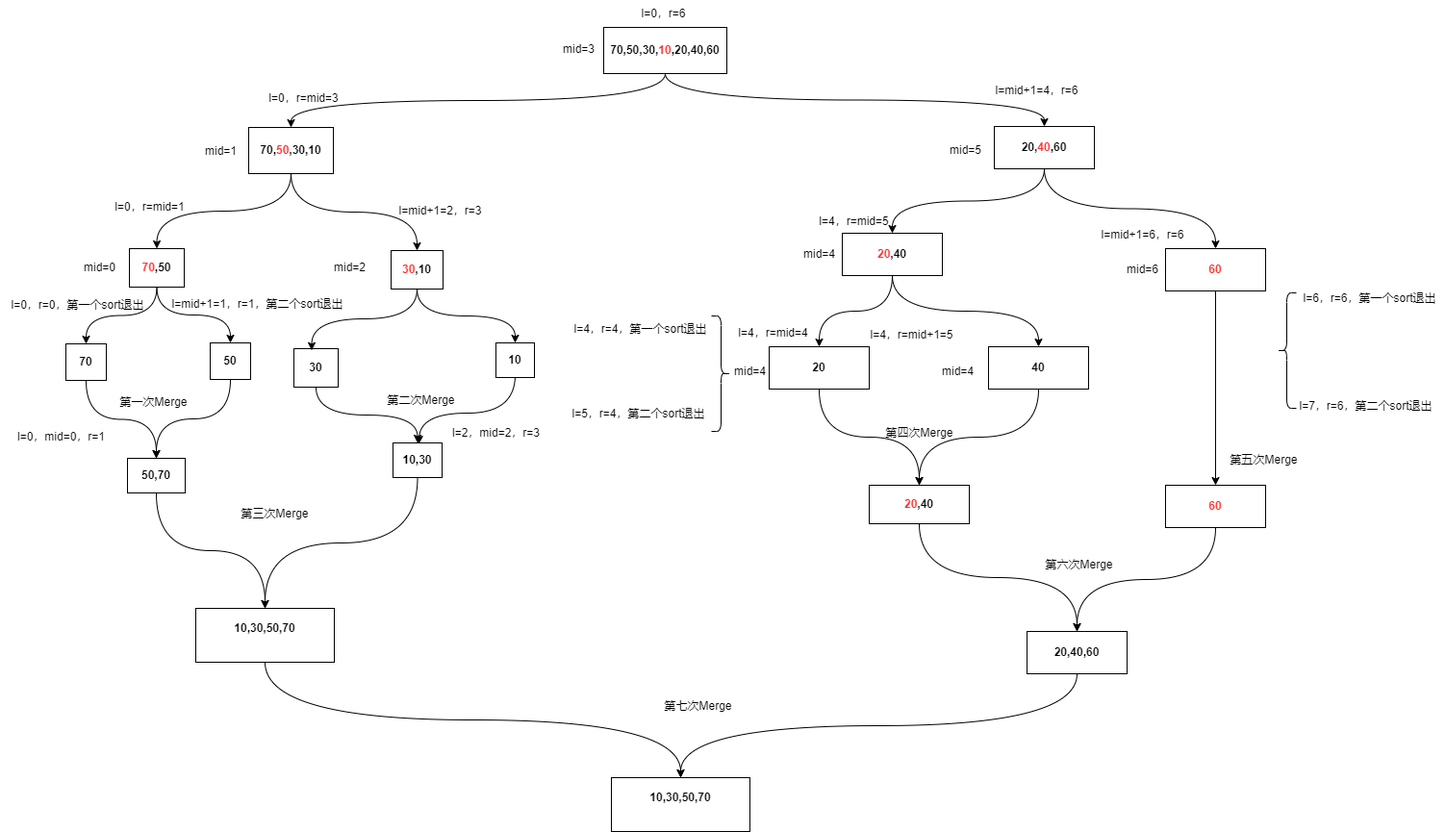
The draw.io diagram AlgorithmsAndDataStructures/归并算法.drawio.png in wjb0823/drawio, before a commit. Source tidied: cells renumbered, new cells last; positions are measured from the earlier drawing's top-left corner, leaving out a move shared by most shapes.
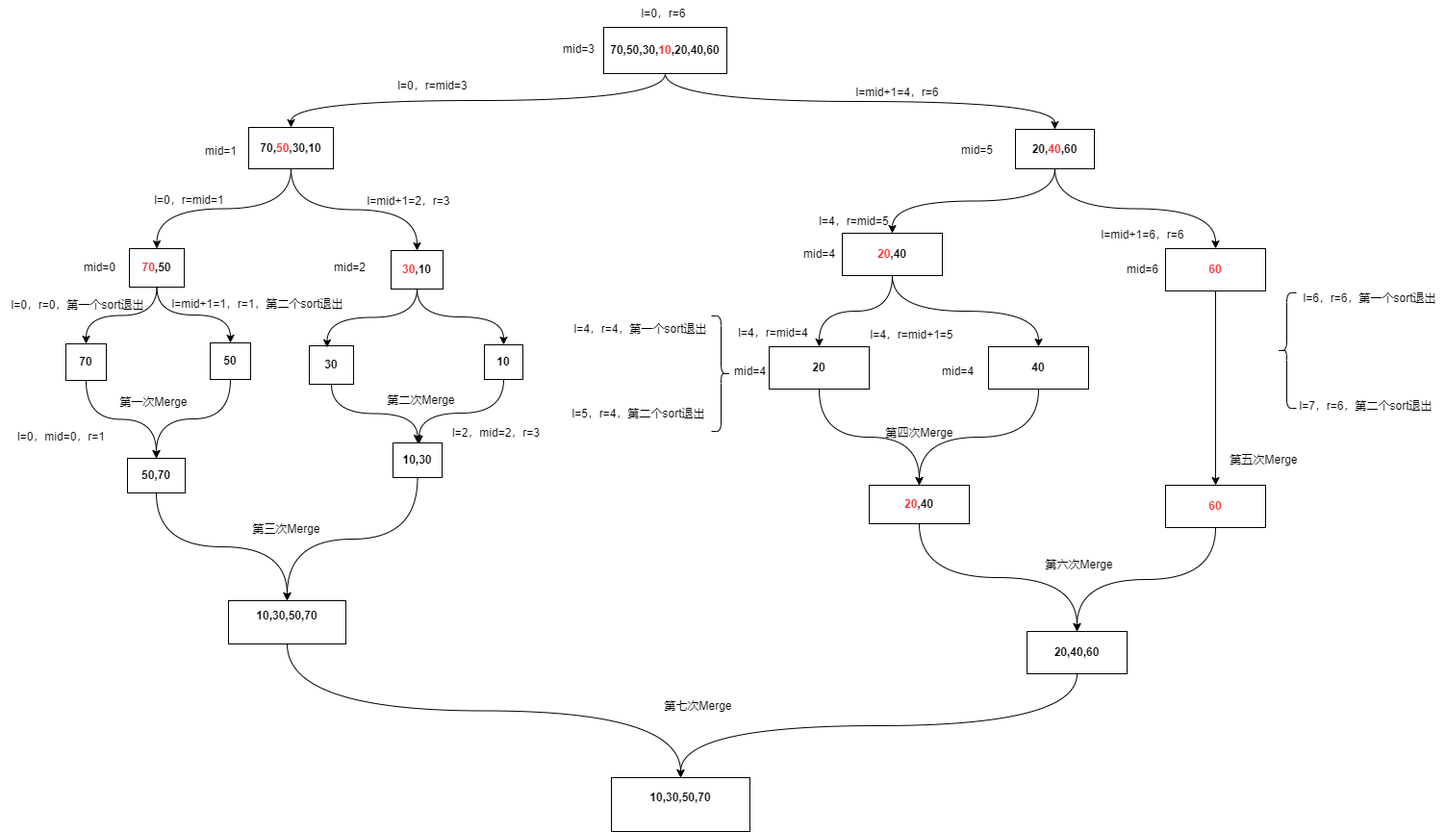
The same file after the commit.

Commit message:
更新归并算法.drawio.png

Change to the diagram source:
```diff
@@ -15,7 +15,7 @@
       <mxGeometry relative="1" as="geometry" />
     </mxCell>
     <mxCell id="6" value="&lt;b&gt;20,&lt;font color=&quot;#ff3333&quot;&gt;40&lt;/font&gt;,60&lt;/b&gt;" style="rounded=0;whiteSpace=wrap;html=1;" parent="1" vertex="1">
-      <mxGeometry x="1033" y="131" width="104" height="44" as="geometry" />
+      <mxGeometry x="1055" y="134" width="82" height="41" as="geometry" />
     </mxCell>
     <mxCell id="7" style="edgeStyle=orthogonalEdgeStyle;rounded=0;jettySize=auto;html=1;entryX=0.5;entryY=0;entryDx=0;entryDy=0;curved=1;exitX=0.5;exitY=1;exitDx=0;exitDy=0;" parent="1" edge="1" source="9" target="12">
       <mxGeometry relative="1" as="geometry" />
@@ -24,7 +24,7 @@
       <mxGeometry relative="1" as="geometry" />
     </mxCell>
     <mxCell id="9" value="&lt;b&gt;70,&lt;font color=&quot;#ff3333&quot;&gt;50&lt;/font&gt;,30,10&lt;/b&gt;" style="rounded=0;whiteSpace=wrap;html=1;" parent="1" vertex="1">
-      <mxGeometry x="258" y="132" width="88" height="48" as="geometry" />
+      <mxGeometry x="258" y="132" width="88" height="43" as="geometry" />
     </mxCell>
     <mxCell id="10" style="edgeStyle=orthogonalEdgeStyle;rounded=0;jettySize=auto;html=1;exitX=0.5;exitY=1;exitDx=0;exitDy=0;curved=1;entryX=0.5;entryY=0;entryDx=0;entryDy=0;" parent="1" edge="1" source="12" target="21">
       <mxGeometry relative="1" as="geometry" />
@@ -42,13 +42,13 @@
       <mxGeometry x="573" y="37" width="56" height="28" as="geometry" />
     </mxCell>
     <mxCell id="15" value="l=0，r=mid=3" style="text;html=1;align=center;verticalAlign=middle;strokeColor=none;fillColor=none;" parent="1" vertex="1">
-      <mxGeometry x="267" y="88" width="96" height="28" as="geometry" />
+      <mxGeometry x="401" y="75" width="96" height="28" as="geometry" />
     </mxCell>
     <mxCell id="16" value="mid=1" style="text;html=1;align=center;verticalAlign=middle;strokeColor=none;fillColor=none;" parent="1" vertex="1">
       <mxGeometry x="201" y="143" width="56" height="28" as="geometry" />
     </mxCell>
     <mxCell id="17" value="l=0，r=mid=1" style="text;html=1;align=center;verticalAlign=middle;strokeColor=none;fillColor=none;" parent="1" vertex="1">
-      <mxGeometry x="107" y="201" width="96" height="28" as="geometry" />
+      <mxGeometry x="148" y="194" width="96" height="28" as="geometry" />
     </mxCell>
     <mxCell id="18" value="l=6，r=6，第一个sort退出" style="text;html=1;align=center;verticalAlign=middle;strokeColor=none;fillColor=none;" parent="1" vertex="1">
       <mxGeometry x="1343" y="296" width="160" height="28" as="geometry" />
@@ -78,7 +78,7 @@
       <mxGeometry x="113" y="404" width="92" height="28" as="geometry" />
     </mxCell>
     <mxCell id="27" value="l=mid+1=2，r=3" style="text;html=1;align=center;verticalAlign=middle;strokeColor=none;fillColor=none;" parent="1" vertex="1">
-      <mxGeometry x="404" y="205" width="105" height="27" as="geometry" />
+      <mxGeometry x="371" y="195" width="105" height="27" as="geometry" />
     </mxCell>
     <mxCell id="28" style="edgeStyle=orthogonalEdgeStyle;rounded=0;jettySize=auto;html=1;exitX=0.5;exitY=1;exitDx=0;exitDy=0;entryX=0.5;entryY=0;entryDx=0;entryDy=0;curved=1;" parent="1" edge="1" source="29" target="33">
       <mxGeometry relative="1" as="geometry" />
@@ -90,20 +90,19 @@
       <mxGeometry relative="1" as="geometry" />
     </mxCell>
     <mxCell id="31" value="&lt;b style=&quot;&quot;&gt;30&lt;/b&gt;" style="rounded=0;whiteSpace=wrap;html=1;" parent="1" vertex="1">
-      <mxGeometry x="305" y="362" width="46" height="40" as="geometry" />
+      <mxGeometry x="321" y="359" width="46" height="40" as="geometry" />
     </mxCell>
-    <mxCell id="32" style="edgeStyle=orthogonalEdgeStyle;rounded=0;orthogonalLoop=1;jettySize=auto;html=1;curved=1;" parent="1" edge="1">
+    <mxCell id="32" style="edgeStyle=orthogonalEdgeStyle;rounded=0;jettySize=auto;html=1;curved=1;exitX=0.5;exitY=1;exitDx=0;exitDy=0;" parent="1" edge="1" source="33">
       <mxGeometry relative="1" as="geometry">
-        <mxPoint x="535" y="389" as="sourcePoint" />
         <mxPoint x="435" y="461" as="targetPoint" />
         <Array as="points">
-          <mxPoint x="535" y="429" />
-          <mxPoint x="436" y="429" />
+          <mxPoint x="523" y="429" />
+          <mxPoint x="435" y="429" />
         </Array>
       </mxGeometry>
     </mxCell>
     <mxCell id="33" value="&lt;b style=&quot;&quot;&gt;10&lt;/b&gt;" style="rounded=0;whiteSpace=wrap;html=1;" parent="1" vertex="1">
-      <mxGeometry x="515" y="356" width="40" height="36" as="geometry" />
+      <mxGeometry x="503" y="358" width="40" height="36" as="geometry" />
     </mxCell>
     <mxCell id="34" style="edgeStyle=orthogonalEdgeStyle;rounded=0;jettySize=auto;html=1;exitX=0.5;exitY=1;exitDx=0;exitDy=0;entryX=0.402;entryY=0.045;entryDx=0;entryDy=0;entryPerimeter=0;curved=1;" parent="1" edge="1" source="29" target="31">
       <mxGeometry relative="1" as="geometry" />
@@ -127,16 +126,16 @@
       <mxGeometry relative="1" as="geometry" />
     </mxCell>
     <mxCell id="41" value="&lt;b style=&quot;&quot;&gt;10,30,50,70&lt;br&gt;&lt;/b&gt;&lt;b style=&quot;&quot;&gt;&lt;br&gt;&lt;/b&gt;" style="rounded=0;whiteSpace=wrap;html=1;" parent="1" vertex="1">
-      <mxGeometry x="203" y="632" width="144" height="56" as="geometry" />
+      <mxGeometry x="237" y="624" width="122" height="45" as="geometry" />
     </mxCell>
     <mxCell id="42" value="第三次Merge" style="text;html=1;align=center;verticalAlign=middle;strokeColor=none;fillColor=none;" parent="1" vertex="1">
-      <mxGeometry x="239" y="520" width="92" height="28" as="geometry" />
+      <mxGeometry x="251" y="536" width="92" height="28" as="geometry" />
     </mxCell>
     <mxCell id="43" style="shape=curlyBracket;whiteSpace=wrap;html=1;rounded=1;labelPosition=left;verticalLabelPosition=middle;align=right;verticalAlign=middle;" parent="1" vertex="1">
       <mxGeometry x="1327" y="304" width="20" height="120" as="geometry" />
     </mxCell>
     <mxCell id="44" value="l=mid+1=4，r=6" style="text;html=1;align=center;verticalAlign=middle;strokeColor=none;fillColor=none;" parent="1" vertex="1">
-      <mxGeometry x="1023" y="80" width="108" height="28" as="geometry" />
+      <mxGeometry x="878" y="82" width="108" height="28" as="geometry" />
     </mxCell>
     <mxCell id="45" value="mid=0" style="text;html=1;align=center;verticalAlign=middle;strokeColor=none;fillColor=none;" parent="1" vertex="1">
       <mxGeometry x="75" y="264" width="56" height="28" as="geometry" />
@@ -166,7 +165,7 @@
       <mxGeometry x="1211" y="258" width="104" height="44" as="geometry" />
     </mxCell>
     <mxCell id="54" value="mid=5" style="text;html=1;align=center;verticalAlign=middle;strokeColor=none;fillColor=none;" parent="1" vertex="1">
-      <mxGeometry x="975" y="142" width="56" height="28" as="geometry" />
+      <mxGeometry x="987" y="142" width="56" height="28" as="geometry" />
     </mxCell>
     <mxCell id="55" value="l=4，r=mid=5" style="text;html=1;align=center;verticalAlign=middle;strokeColor=none;fillColor=none;" parent="1" vertex="1">
       <mxGeometry x="839" y="216" width="96" height="28" as="geometry" />
```
